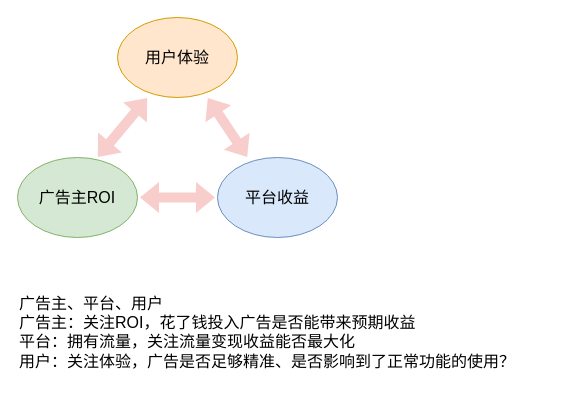
Before: ad_elements.drawio in ZiqingYip/moment, a draw.io diagram. Source tidied: cells renumbered, new cells numbered last; positions are measured from the earlier drawing's top-left corner, leaving out a move shared by most shapes. Both pictures are drawn from the tidied source at 100%, with x=0, y=0 at pixel (17, 17).
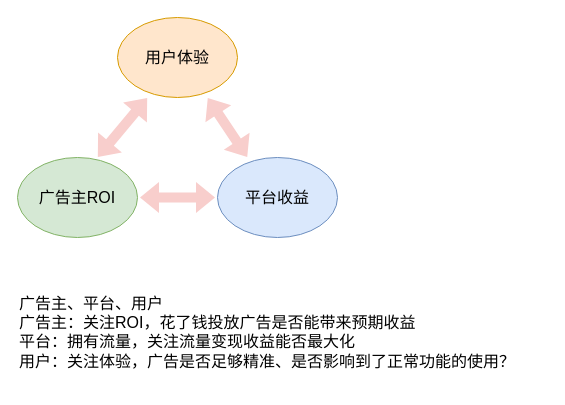
The same page after the edit.

Diff of the diagram source:
```diff
@@
 <mxGraphModel>
   <root>
     <mxCell id="0" />
     <mxCell id="1" parent="0" />
     <mxCell id="2" value="用户体验" style="ellipse;whiteSpace=wrap;html=1;fillColor=#ffe6cc;strokeColor=#d79b00;fontSize=16;" parent="1" vertex="1">
       <mxGeometry x="100" width="120" height="80" as="geometry" />
     </mxCell>
     <mxCell id="3" value="广告主ROI" style="ellipse;whiteSpace=wrap;html=1;fillColor=#d5e8d4;strokeColor=#82b366;fontSize=16;" parent="1" vertex="1">
       <mxGeometry y="140" width="120" height="80" as="geometry" />
     </mxCell>
     <mxCell id="4" value="平台收益" style="ellipse;whiteSpace=wrap;html=1;fillColor=#dae8fc;strokeColor=#6c8ebf;fontSize=16;" parent="1" vertex="1">
       <mxGeometry x="200" y="140" width="120" height="80" as="geometry" />
     </mxCell>
     <mxCell id="5" style="shape=flexArrow;endArrow=classic;startArrow=classic;html=1;rounded=0;fillColor=#f8cecc;strokeColor=none;" parent="1" edge="1">
       <mxGeometry relative="1" as="geometry">
         <mxPoint x="80" y="140" as="sourcePoint" />
         <mxPoint x="130" y="80" as="targetPoint" />
       </mxGeometry>
     </mxCell>
     <mxCell id="6" style="shape=flexArrow;endArrow=classic;startArrow=classic;html=1;rounded=0;fillColor=#f8cecc;strokeColor=none;" parent="1" edge="1">
       <mxGeometry relative="1" as="geometry">
         <mxPoint x="230" y="140" as="sourcePoint" />
         <mxPoint x="190" y="80" as="targetPoint" />
       </mxGeometry>
     </mxCell>
     <mxCell id="7" style="shape=flexArrow;endArrow=classic;startArrow=classic;html=1;rounded=0;fillColor=#f8cecc;strokeColor=none;" parent="1" edge="1">
       <mxGeometry relative="1" as="geometry">
         <mxPoint x="198" y="180" as="sourcePoint" />
         <mxPoint x="122" y="180" as="targetPoint" />
       </mxGeometry>
     </mxCell>
-    <mxCell id="8" value="广告主、平台、用户&#10;广告主：关注ROI，花了钱投入广告是否能带来预期收益&#10;平台：拥有流量，关注流量变现收益能否最大化&#10;用户：关注体验，广告是否足够精准、是否影响到了正常功能的使用？" style="text;whiteSpace=wrap;html=1;fontSize=16;" parent="1" vertex="1">
+    <mxCell id="8" value="广告主、平台、用户&lt;br&gt;广告主：关注ROI，花了钱投放广告是否能带来预期收益&lt;br&gt;平台：拥有流量，关注流量变现收益能否最大化&lt;br&gt;用户：关注体验，广告是否足够精准、是否影响到了正常功能的使用？" style="text;whiteSpace=wrap;html=1;fontSize=16;" parent="1" vertex="1">
       <mxGeometry y="270" width="530" height="100" as="geometry" />
     </mxCell>
   </root>
 </mxGraphModel>
```
